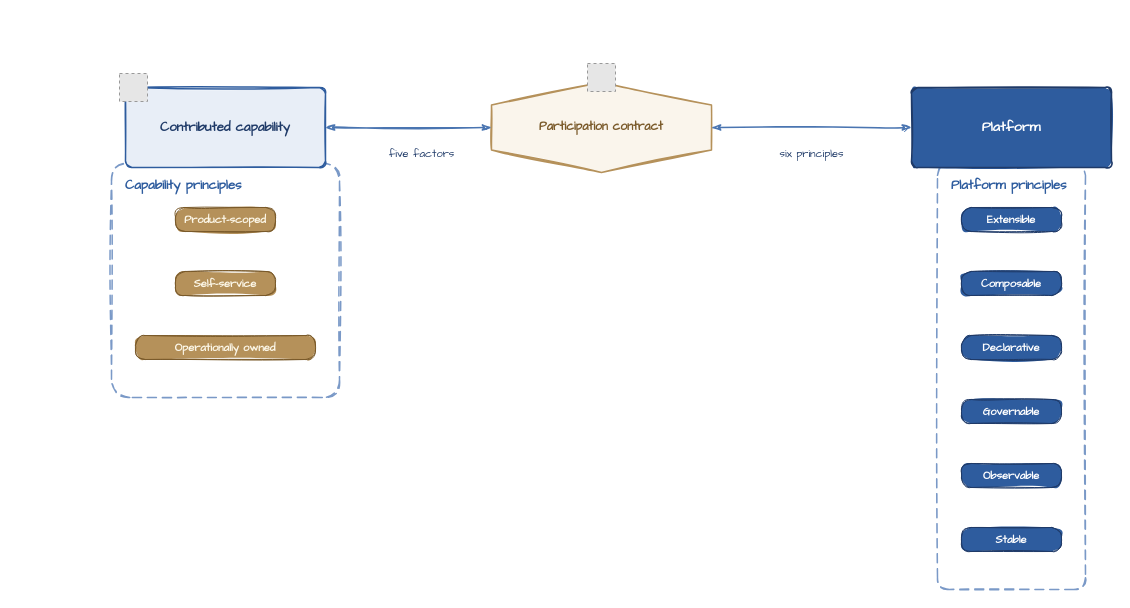
Above: diagrams/participation-contract.drawio in missBerg/platform-capabilities (draw.io), before the change. Source tidied: cells renumbered, new cells numbered last; positions are measured from the earlier drawing's top-left corner, leaving out a move shared by most shapes. Both pictures are drawn from the tidied source at 100%, with x=0, y=0 at pixel (111, 63). Pictures stored in the file or linked from it are replaced by grey dashed boxes.
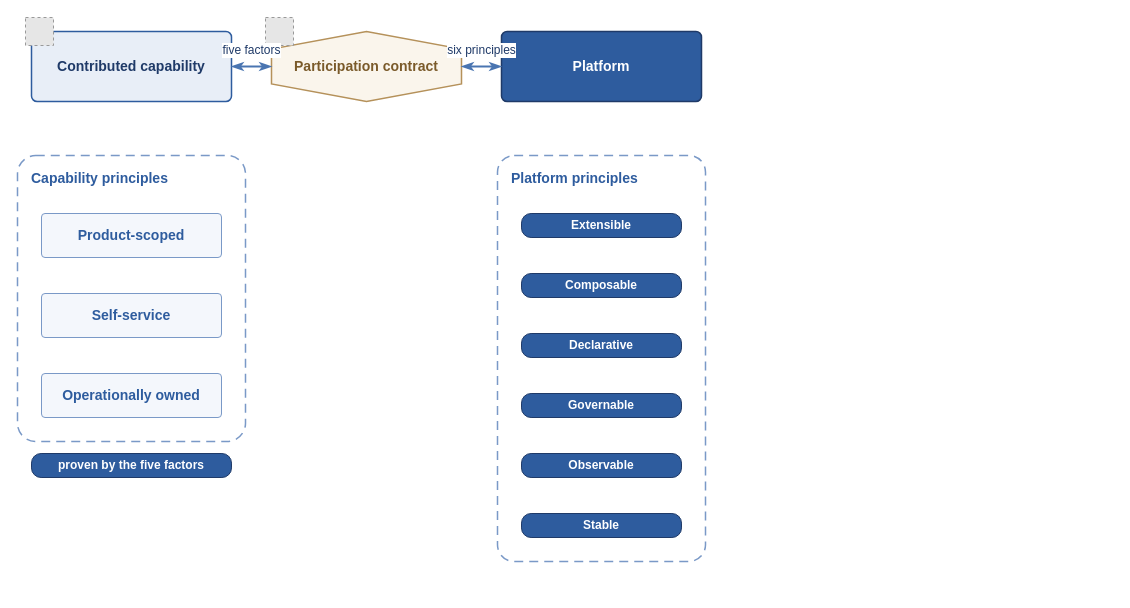
The same diagram, later.

What changed in the source:
```diff
@@
-    <mxCell id="2" value="&lt;b&gt;Capability principles&lt;/b&gt;" style="rounded=1;whiteSpace=wrap;html=1;arcSize=8;fillColor=none;strokeColor=#7A99C7;strokeWidth=1.5;fontColor=#2E5C9E;fontFamily=Comic Sans MS;fontSize=13;align=left;verticalAlign=top;dashed=1;dashPattern=6 4;spacingLeft=12;spacingTop=8;shadow=0;sketch=1;" parent="1" vertex="1">
-      <mxGeometry y="100" width="228" height="234" as="geometry" />
+    <mxCell id="2" value="&lt;b&gt;Capability principles&lt;/b&gt;" style="rounded=1;whiteSpace=wrap;html=1;arcSize=8;fillColor=none;strokeColor=#7A99C7;strokeWidth=1.5;fontColor=#2E5C9E;fontFamily=Helvetica;fontSize=14;align=left;verticalAlign=top;dashed=1;dashPattern=6 4;spacingLeft=12;spacingTop=8;shadow=0;" parent="1" vertex="1">
+      <mxGeometry x="-94" y="92" width="228" height="286" as="geometry" />
     </mxCell>
-    <mxCell id="3" value="&lt;b&gt;Platform principles&lt;/b&gt;" style="rounded=1;whiteSpace=wrap;html=1;arcSize=8;fillColor=none;strokeColor=#7A99C7;strokeWidth=1.5;fontColor=#2E5C9E;fontFamily=Comic Sans MS;fontSize=13;align=left;verticalAlign=top;dashed=1;dashPattern=6 4;spacingLeft=12;spacingTop=8;shadow=0;sketch=1;" parent="1" vertex="1">
-      <mxGeometry x="826" y="100" width="148" height="426" as="geometry" />
+    <mxCell id="3" value="&lt;b&gt;Platform principles&lt;/b&gt;" style="rounded=1;whiteSpace=wrap;html=1;arcSize=8;fillColor=none;strokeColor=#7A99C7;strokeWidth=1.5;fontColor=#2E5C9E;fontFamily=Helvetica;fontSize=14;align=left;verticalAlign=top;dashed=1;dashPattern=6 4;spacingLeft=12;spacingTop=8;shadow=0;" parent="1" vertex="1">
+      <mxGeometry x="386" y="92" width="208" height="406" as="geometry" />
     </mxCell>
-    <mxCell id="4" value="&lt;b&gt;Contributed capability&lt;/b&gt;" style="rounded=1;whiteSpace=wrap;html=1;arcSize=8;fillColor=#E8EEF7;strokeColor=#2E5C9E;strokeWidth=1.5;fontColor=#1F3A68;fontFamily=Comic Sans MS;fontSize=13;align=center;verticalAlign=middle;shadow=0;sketch=1;fillStyle=solid;" parent="1" vertex="1">
-      <mxGeometry x="14" y="24" width="200" height="80" as="geometry" />
+    <mxCell id="4" value="&lt;b&gt;Contributed capability&lt;/b&gt;" style="rounded=1;whiteSpace=wrap;html=1;arcSize=8;fillColor=#E8EEF7;strokeColor=#2E5C9E;strokeWidth=1.5;fontColor=#1F3A68;fontFamily=Helvetica;fontSize=14;align=center;verticalAlign=middle;shadow=0;" parent="1" vertex="1">
+      <mxGeometry x="-80" y="-32" width="200" height="70" as="geometry" />
     </mxCell>
-    <mxCell id="5" style="fillColor=#E6E6E6;strokeColor=#999999;dashed=1;verticalLabelPosition=bottom;verticalAlign=top;align=center;fontFamily=Comic Sans MS;fontSize=12;fontColor=#1F3A68;" parent="1" vertex="1">
-      <mxGeometry x="8" y="10" width="28" height="28" as="geometry" />
+    <mxCell id="5" style="fillColor=#E6E6E6;strokeColor=#999999;dashed=1;verticalLabelPosition=bottom;verticalAlign=top;align=center;fontFamily=Helvetica;fontSize=14;fontColor=#1F3A68;" parent="1" vertex="1">
+      <mxGeometry x="-86" y="-46" width="28" height="28" as="geometry" />
     </mxCell>
-    <mxCell id="6" value="Product-scoped" style="rounded=1;whiteSpace=wrap;html=1;arcSize=40;fillColor=#B5915A;strokeColor=#7A5A2A;strokeWidth=1;fontColor=#FCF7E8;fontFamily=Comic Sans MS;fontSize=11;fontStyle=1;align=center;verticalAlign=middle;shadow=0;sketch=1;fillStyle=solid;" parent="1" vertex="1">
-      <mxGeometry x="64" y="144" width="100" height="24" as="geometry" />
+    <mxCell id="6" value="&lt;b&gt;Product-scoped&lt;/b&gt;" style="rounded=1;whiteSpace=wrap;html=1;arcSize=8;fillColor=#F4F7FC;strokeColor=#7A99C7;strokeWidth=1;fontColor=#2E5C9E;fontFamily=Helvetica;fontSize=14;align=center;verticalAlign=middle;shadow=0;" parent="1" vertex="1">
+      <mxGeometry x="-70" y="150" width="180" height="44" as="geometry" />
     </mxCell>
-    <mxCell id="7" value="Self-service" style="rounded=1;whiteSpace=wrap;html=1;arcSize=40;fillColor=#B5915A;strokeColor=#7A5A2A;strokeWidth=1;fontColor=#FCF7E8;fontFamily=Comic Sans MS;fontSize=11;fontStyle=1;align=center;verticalAlign=middle;shadow=0;sketch=1;fillStyle=solid;" parent="1" vertex="1">
-      <mxGeometry x="64" y="208" width="100" height="24" as="geometry" />
+    <mxCell id="7" value="&lt;b&gt;Self-service&lt;/b&gt;" style="rounded=1;whiteSpace=wrap;html=1;arcSize=8;fillColor=#F4F7FC;strokeColor=#7A99C7;strokeWidth=1;fontColor=#2E5C9E;fontFamily=Helvetica;fontSize=14;align=center;verticalAlign=middle;shadow=0;" parent="1" vertex="1">
+      <mxGeometry x="-70" y="230" width="180" height="44" as="geometry" />
     </mxCell>
-    <mxCell id="8" value="Operationally owned" style="rounded=1;whiteSpace=wrap;html=1;arcSize=40;fillColor=#B5915A;strokeColor=#7A5A2A;strokeWidth=1;fontColor=#FCF7E8;fontFamily=Comic Sans MS;fontSize=11;fontStyle=1;align=center;verticalAlign=middle;shadow=0;sketch=1;fillStyle=solid;" parent="1" vertex="1">
-      <mxGeometry x="24" y="272" width="180" height="24" as="geometry" />
+    <mxCell id="8" value="&lt;b&gt;Operationally owned&lt;/b&gt;" style="rounded=1;whiteSpace=wrap;html=1;arcSize=8;fillColor=#F4F7FC;strokeColor=#7A99C7;strokeWidth=1;fontColor=#2E5C9E;fontFamily=Helvetica;fontSize=14;align=center;verticalAlign=middle;shadow=0;" parent="1" vertex="1">
+      <mxGeometry x="-70" y="310" width="180" height="44" as="geometry" />
     </mxCell>
+    <mxCell id="20" value="proven by the five factors" style="rounded=1;whiteSpace=wrap;html=1;arcSize=40;fillColor=#2E5C9E;strokeColor=#1F3A68;strokeWidth=1;fontColor=#FFFFFF;fontFamily=Helvetica;fontSize=12;fontStyle=1;align=center;verticalAlign=middle;shadow=0;" parent="1" vertex="1">
+      <mxGeometry x="-80" y="390" width="200" height="24" as="geometry" />
+    </mxCell>
-    <mxCell id="9" value="&lt;b&gt;Participation contract&lt;/b&gt;" style="shape=hexagon;perimeter=hexagonPerimeter2;direction=north;whiteSpace=wrap;html=1;fillColor=#FAF5EC;strokeColor=#B5915A;strokeWidth=1.5;fontColor=#7A5A2A;fontFamily=Comic Sans MS;fontSize=12;align=center;verticalAlign=middle;shadow=0;sketch=1;fillStyle=solid;" parent="1" vertex="1">
-      <mxGeometry x="380" y="19" width="220" height="90" as="geometry" />
+    <mxCell id="9" value="&lt;b&gt;Participation contract&lt;/b&gt;" style="shape=hexagon;perimeter=hexagonPerimeter2;direction=north;whiteSpace=wrap;html=1;fillColor=#FAF5EC;strokeColor=#B5915A;strokeWidth=1.5;fontColor=#7A5A2A;fontFamily=Helvetica;fontSize=14;align=center;verticalAlign=middle;shadow=0;" parent="1" vertex="1">
+      <mxGeometry x="160" y="-32" width="190" height="70" as="geometry" />
     </mxCell>
-    <mxCell id="10" style="fillColor=#E6E6E6;strokeColor=#999999;dashed=1;verticalLabelPosition=bottom;verticalAlign=top;align=center;fontFamily=Comic Sans MS;fontSize=12;fontColor=#1F3A68;" parent="1" vertex="1">
-      <mxGeometry x="476" width="28" height="28" as="geometry" />
+    <mxCell id="10" style="fillColor=#E6E6E6;strokeColor=#999999;dashed=1;verticalLabelPosition=bottom;verticalAlign=top;align=center;fontFamily=Helvetica;fontSize=14;fontColor=#1F3A68;" parent="1" vertex="1">
+      <mxGeometry x="154" y="-46" width="28" height="28" as="geometry" />
     </mxCell>
-    <mxCell id="11" value="&lt;font style=&quot;color: rgb(255, 255, 255);&quot;&gt;&lt;b&gt;Platform&lt;/b&gt;" style="rounded=1;whiteSpace=wrap;html=1;arcSize=8;fillColor=#2E5C9E;strokeColor=#1F3A68;strokeWidth=1.5;fontColor=#FFFFFF;fontFamily=Comic Sans MS;fontSize=14;align=center;verticalAlign=middle;shadow=0;sketch=1;fillStyle=solid;" parent="1" vertex="1">
-      <mxGeometry x="800" y="24" width="200" height="80" as="geometry" />
+    <mxCell id="11" value="&lt;b&gt;Platform&lt;/b&gt;" style="rounded=1;whiteSpace=wrap;html=1;arcSize=8;fillColor=#2E5C9E;strokeColor=#1F3A68;strokeWidth=1.5;fontColor=#FFFFFF;fontFamily=Helvetica;fontSize=14;align=center;verticalAlign=middle;shadow=0;" parent="1" vertex="1">
+      <mxGeometry x="390" y="-32" width="200" height="70" as="geometry" />
     </mxCell>
-    <mxCell id="12" value="Extensible" style="rounded=1;whiteSpace=wrap;html=1;arcSize=40;fillColor=#2E5C9E;strokeColor=#1F3A68;strokeWidth=1;fontColor=#FFFFFF;fontFamily=Comic Sans MS;fontSize=11;fontStyle=1;align=center;verticalAlign=middle;shadow=0;sketch=1;fillStyle=solid;" parent="1" vertex="1">
-      <mxGeometry x="850" y="144" width="100" height="24" as="geometry" />
+    <mxCell id="12" value="Extensible" style="rounded=1;whiteSpace=wrap;html=1;arcSize=40;fillColor=#2E5C9E;strokeColor=#1F3A68;strokeWidth=1;fontColor=#FFFFFF;fontFamily=Helvetica;fontSize=12;fontStyle=1;align=center;verticalAlign=middle;shadow=0;" parent="1" vertex="1">
+      <mxGeometry x="410" y="150" width="160" height="24" as="geometry" />
     </mxCell>
-    <mxCell id="13" value="Composable" style="rounded=1;whiteSpace=wrap;html=1;arcSize=40;fillColor=#2E5C9E;strokeColor=#1F3A68;strokeWidth=1;fontColor=#FFFFFF;fontFamily=Comic Sans MS;fontSize=11;fontStyle=1;align=center;verticalAlign=middle;shadow=0;sketch=1;fillStyle=solid;" parent="1" vertex="1">
-      <mxGeometry x="850" y="208" width="100" height="24" as="geometry" />
+    <mxCell id="13" value="Composable" style="rounded=1;whiteSpace=wrap;html=1;arcSize=40;fillColor=#2E5C9E;strokeColor=#1F3A68;strokeWidth=1;fontColor=#FFFFFF;fontFamily=Helvetica;fontSize=12;fontStyle=1;align=center;verticalAlign=middle;shadow=0;" parent="1" vertex="1">
+      <mxGeometry x="410" y="210" width="160" height="24" as="geometry" />
     </mxCell>
-    <mxCell id="14" value="Declarative" style="rounded=1;whiteSpace=wrap;html=1;arcSize=40;fillColor=#2E5C9E;strokeColor=#1F3A68;strokeWidth=1;fontColor=#FFFFFF;fontFamily=Comic Sans MS;fontSize=11;fontStyle=1;align=center;verticalAlign=middle;shadow=0;sketch=1;fillStyle=solid;" parent="1" vertex="1">
-      <mxGeometry x="850" y="272" width="100" height="24" as="geometry" />
+    <mxCell id="14" value="Declarative" style="rounded=1;whiteSpace=wrap;html=1;arcSize=40;fillColor=#2E5C9E;strokeColor=#1F3A68;strokeWidth=1;fontColor=#FFFFFF;fontFamily=Helvetica;fontSize=12;fontStyle=1;align=center;verticalAlign=middle;shadow=0;" parent="1" vertex="1">
+      <mxGeometry x="410" y="270" width="160" height="24" as="geometry" />
     </mxCell>
-    <mxCell id="15" value="Governable" style="rounded=1;whiteSpace=wrap;html=1;arcSize=40;fillColor=#2E5C9E;strokeColor=#1F3A68;strokeWidth=1;fontColor=#FFFFFF;fontFamily=Comic Sans MS;fontSize=11;fontStyle=1;align=center;verticalAlign=middle;shadow=0;sketch=1;fillStyle=solid;" parent="1" vertex="1">
-      <mxGeometry x="850" y="336" width="100" height="24" as="geometry" />
+    <mxCell id="15" value="Governable" style="rounded=1;whiteSpace=wrap;html=1;arcSize=40;fillColor=#2E5C9E;strokeColor=#1F3A68;strokeWidth=1;fontColor=#FFFFFF;fontFamily=Helvetica;fontSize=12;fontStyle=1;align=center;verticalAlign=middle;shadow=0;" parent="1" vertex="1">
+      <mxGeometry x="410" y="330" width="160" height="24" as="geometry" />
     </mxCell>
-    <mxCell id="16" value="Observable" style="rounded=1;whiteSpace=wrap;html=1;arcSize=40;fillColor=#2E5C9E;strokeColor=#1F3A68;strokeWidth=1;fontColor=#FFFFFF;fontFamily=Comic Sans MS;fontSize=11;fontStyle=1;align=center;verticalAlign=middle;shadow=0;sketch=1;fillStyle=solid;" parent="1" vertex="1">
-      <mxGeometry x="850" y="400" width="100" height="24" as="geometry" />
+    <mxCell id="16" value="Observable" style="rounded=1;whiteSpace=wrap;html=1;arcSize=40;fillColor=#2E5C9E;strokeColor=#1F3A68;strokeWidth=1;fontColor=#FFFFFF;fontFamily=Helvetica;fontSize=12;fontStyle=1;align=center;verticalAlign=middle;shadow=0;" parent="1" vertex="1">
+      <mxGeometry x="410" y="390" width="160" height="24" as="geometry" />
     </mxCell>
-    <mxCell id="17" value="Stable" style="rounded=1;whiteSpace=wrap;html=1;arcSize=40;fillColor=#2E5C9E;strokeColor=#1F3A68;strokeWidth=1;fontColor=#FFFFFF;fontFamily=Comic Sans MS;fontSize=11;fontStyle=1;align=center;verticalAlign=middle;shadow=0;sketch=1;fillStyle=solid;" parent="1" vertex="1">
-      <mxGeometry x="850" y="464" width="100" height="24" as="geometry" />
+    <mxCell id="17" value="Stable" style="rounded=1;whiteSpace=wrap;html=1;arcSize=40;fillColor=#2E5C9E;strokeColor=#1F3A68;strokeWidth=1;fontColor=#FFFFFF;fontFamily=Helvetica;fontSize=12;fontStyle=1;align=center;verticalAlign=middle;shadow=0;" parent="1" vertex="1">
+      <mxGeometry x="410" y="450" width="160" height="24" as="geometry" />
     </mxCell>
-    <mxCell id="18" value="five factors" style="edgeStyle=orthogonalEdgeStyle;endArrow=classicThin;startArrow=classicThin;html=1;rounded=0;strokeColor=#4A75B1;strokeWidth=1.5;fontColor=#1F3A68;fontFamily=Comic Sans MS;fontSize=11;sketch=1;sketch=1;curveFitting=1;jiggle=2;curved=1;" parent="1" edge="1" source="4" target="9">
-      <mxGeometry x="0.15" y="-26" relative="1" as="geometry">
-        <mxPoint x="1" as="offset" />
+    <mxCell id="18" value="five factors" style="edgeStyle=orthogonalEdgeStyle;endArrow=classicThin;startArrow=classicThin;html=1;rounded=0;strokeColor=#4A75B1;strokeWidth=2;fontColor=#1F3A68;fontFamily=Helvetica;fontSize=12;curved=1;" parent="1" edge="1" source="4" target="9">
+      <mxGeometry relative="1" as="geometry">
+        <mxPoint y="-16" as="offset" />
       </mxGeometry>
     </mxCell>
-    <mxCell id="19" value="six principles" style="edgeStyle=orthogonalEdgeStyle;endArrow=classicThin;startArrow=classicThin;html=1;rounded=0;strokeColor=#4A75B1;strokeWidth=1.5;fontColor=#1F3A68;fontFamily=Comic Sans MS;fontSize=11;sketch=1;sketch=1;curveFitting=1;jiggle=2;curved=1;" parent="1" edge="1" source="11" target="9">
-      <mxGeometry y="26" relative="1" as="geometry" />
+    <mxCell id="19" value="six principles" style="edgeStyle=orthogonalEdgeStyle;endArrow=classicThin;startArrow=classicThin;html=1;rounded=0;strokeColor=#4A75B1;strokeWidth=2;fontColor=#1F3A68;fontFamily=Helvetica;fontSize=12;curved=1;" parent="1" edge="1" source="11" target="9">
+      <mxGeometry relative="1" as="geometry">
+        <mxPoint y="-16" as="offset" />
+      </mxGeometry>
     </mxCell>
```
